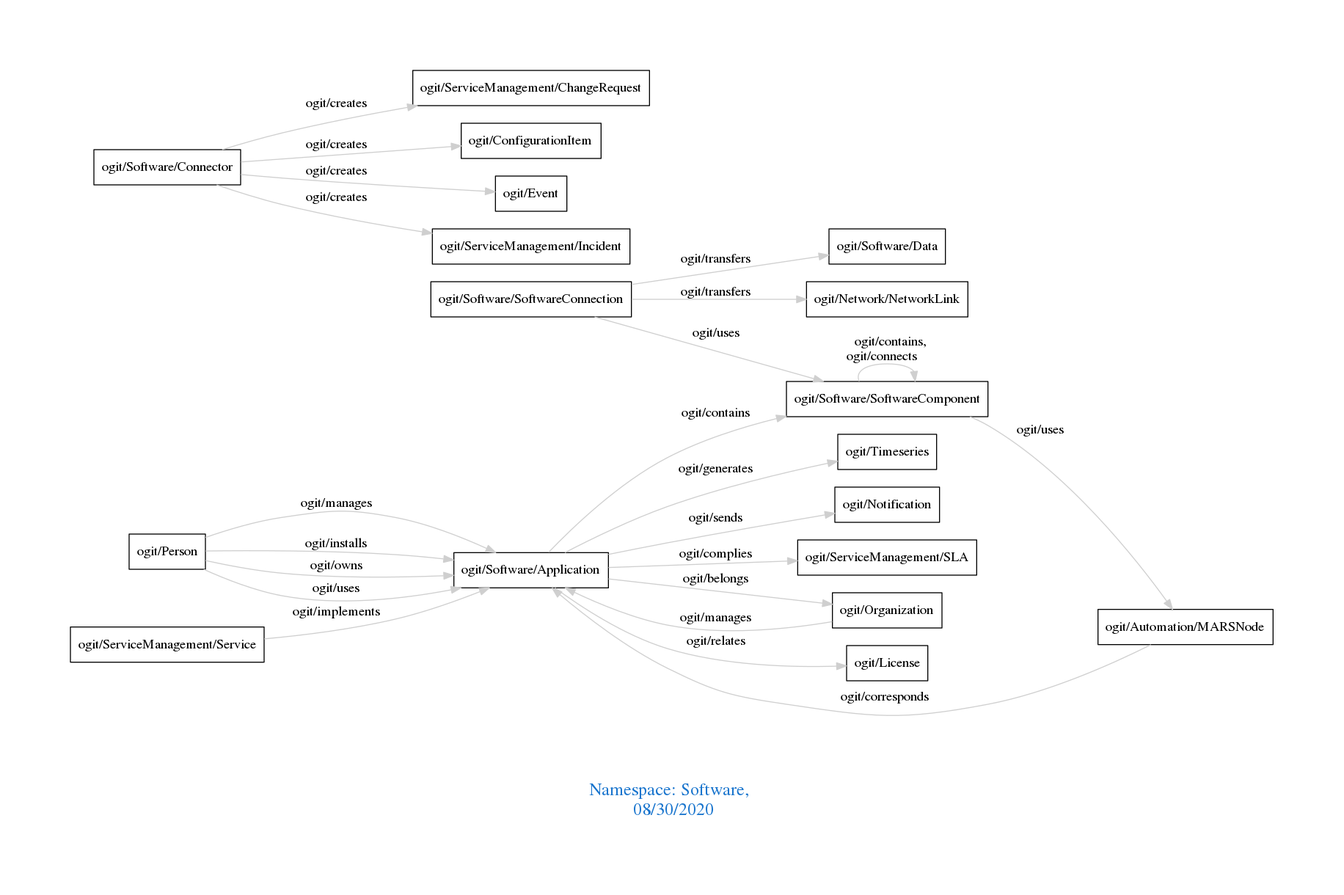
This is downloads/Software.png from arago/OGIT, a Graphviz export, as it was before one commit. Its source is kept beside it as downloads/Software.dot.
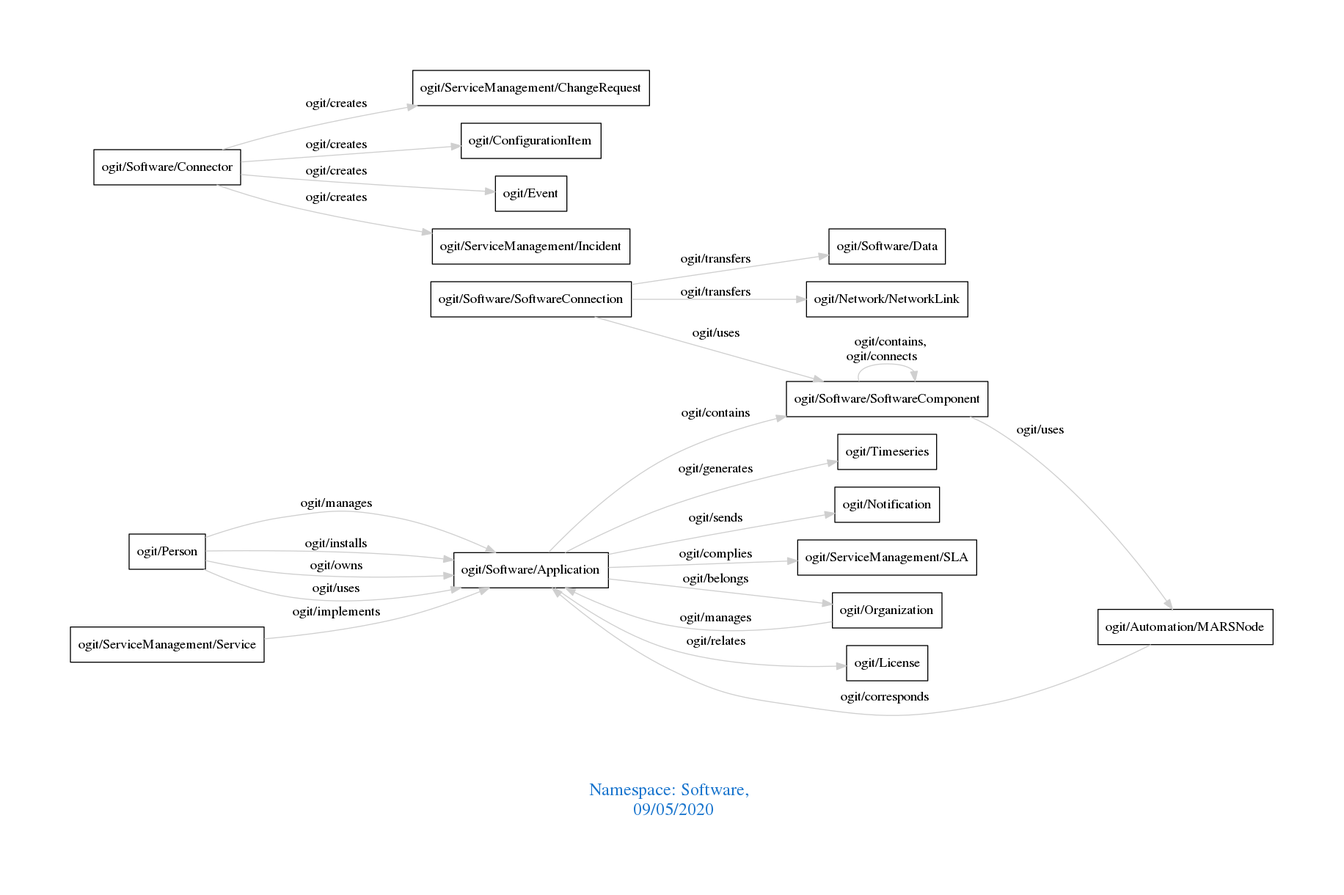
After the commit.

The edit, as a diff of the source:
```diff
@@ -1,7 +1,7 @@
 digraph OGIT_ontology {
  graph [ rankdir= LR,pad=1
 fontsize = 18,
-fontcolor= dodgerblue3,label = "\n\n\nNamespace: Software, \n 08/30/2020"];
+fontcolor= dodgerblue3,label = "\n\n\nNamespace: Software, \n 09/05/2020"];
 node[shape=polygon];
 edge [  color="gray81"];
 
```
